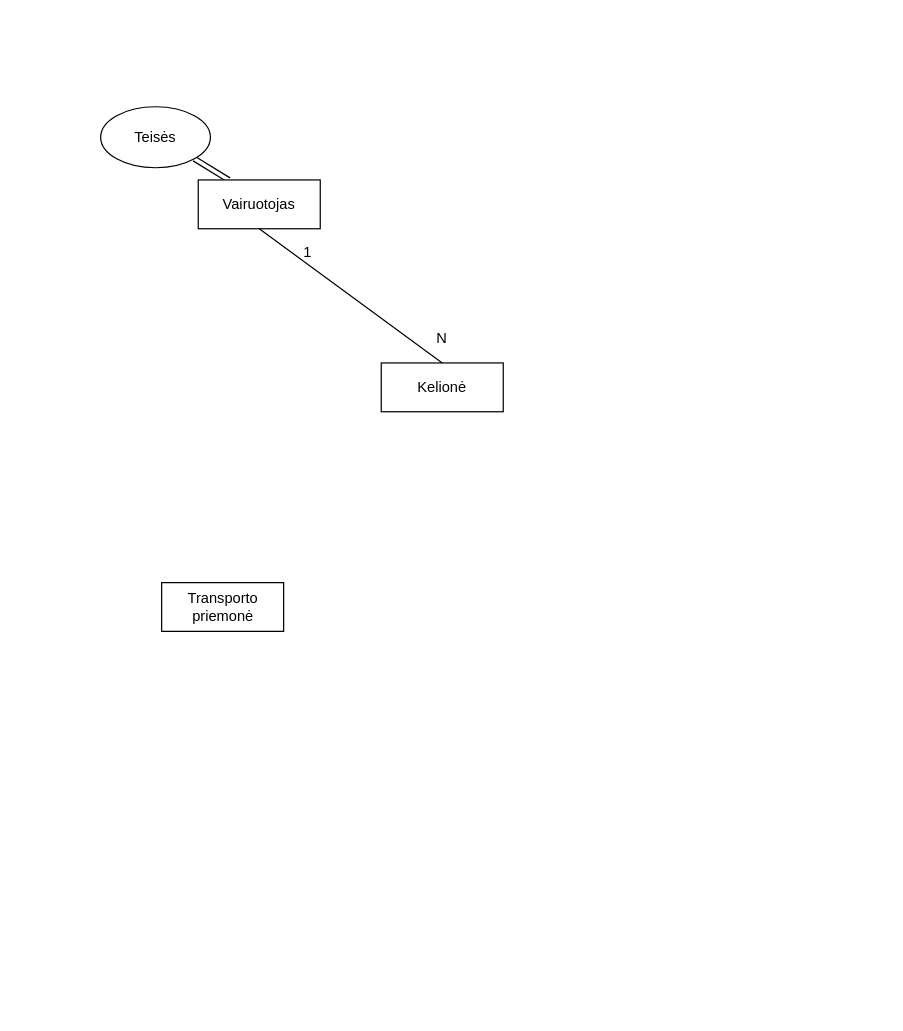
This is Untitled Diagram.drawio from domanteli0/DBVS, a draw.io file, before an edit. Source tidied: cells renumbered, new cells numbered last; positions are measured from the earlier drawing's top-left corner, leaving out a move shared by most shapes. Both pictures are drawn from the tidied source at 122%, with x=0, y=0 at pixel (100, 106).
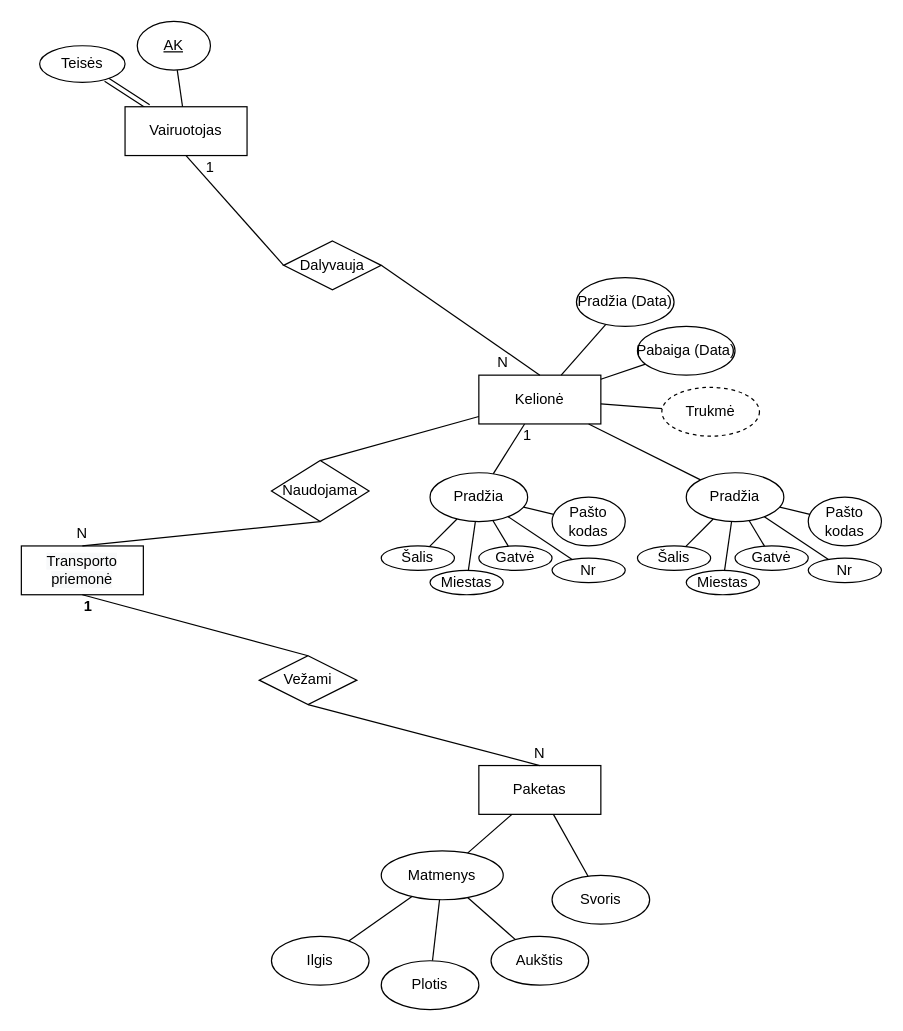
The same page after the edit.

Change to the diagram source:
```diff
@@
-    <mxCell id="2" style="shape=link;rounded=0;jettySize=auto;html=1;exitX=0.25;exitY=0;exitDx=0;exitDy=0;entryX=1;entryY=1;entryDx=0;entryDy=0;" parent="1" edge="1" source="3" target="4">
+    <mxCell id="2" style="shape=link;rounded=0;jettySize=auto;html=1;verticalAlign=middle;fontSize=4;strokeWidth=1;" parent="1" edge="1" source="3" target="4">
       <mxGeometry relative="1" as="geometry" />
     </mxCell>
     <mxCell id="3" value="Vairuotojas" style="rounded=0;whiteSpace=wrap;html=1;" parent="1" vertex="1">
-      <mxGeometry x="80" y="60" width="100" height="40" as="geometry" />
+      <mxGeometry x="20" width="100" height="40" as="geometry" />
     </mxCell>
     <mxCell id="4" value="Teisės" style="ellipse;whiteSpace=wrap;html=1;" parent="1" vertex="1">
-      <mxGeometry width="90" height="50" as="geometry" />
+      <mxGeometry x="-50" y="-50" width="70" height="30" as="geometry" />
     </mxCell>
     <mxCell id="5" value="Kelionė&lt;br&gt;" style="rounded=0;whiteSpace=wrap;html=1;" parent="1" vertex="1">
-      <mxGeometry x="230" y="210" width="100" height="40" as="geometry" />
+      <mxGeometry x="310" y="220" width="100" height="40" as="geometry" />
     </mxCell>
-    <mxCell id="6" style="endArrow=none;html=1;rounded=0;exitX=0.5;exitY=1;exitDx=0;exitDy=0;entryX=0.5;entryY=0;entryDx=0;entryDy=0;" parent="1" edge="1" source="3" target="5">
-      <mxGeometry relative="1" as="geometry" />
-    </mxCell>
     <mxCell id="7" value="N" style="shape=partialRectangle;whiteSpace=wrap;html=1;top=0;bottom=0;fillColor=none;strokeColor=none;sketch=0;noLabel=0;" parent="1" vertex="1">
-      <mxGeometry x="270" y="180" width="20" height="20" as="geometry" />
+      <mxGeometry x="320" y="200" width="20" height="20" as="geometry" />
     </mxCell>
     <mxCell id="8" value="1" style="shape=partialRectangle;whiteSpace=wrap;html=1;top=0;bottom=0;fillColor=none;strokeColor=none;sketch=0;noLabel=0;" parent="1" vertex="1">
-      <mxGeometry x="160" y="110" width="20" height="20" as="geometry" />
+      <mxGeometry x="80" y="40" width="20" height="20" as="geometry" />
     </mxCell>
+    <mxCell id="10" style="endArrow=none;html=1;rounded=0;exitX=0.5;exitY=0;exitDx=0;exitDy=0;startArrow=none;" parent="1" edge="1" source="20" target="5">
+      <mxGeometry relative="1" as="geometry" />
+    </mxCell>
-    <mxCell id="9" value="Transporto&lt;br&gt;priemonė" style="verticalLabelPosition=middle;verticalAlign=middle;html=1;shape=mxgraph.basic.rect;fillColor2=none;strokeWidth=1;size=20;indent=5;sketch=0;labelPosition=center;align=center;" parent="1" vertex="1">
-      <mxGeometry x="50" y="390" width="100" height="40" as="geometry" />
+    <mxCell id="9" value="&lt;span style=&quot;caret-color: rgb(0, 0, 0); color: rgb(0, 0, 0); font-family: Helvetica; font-size: 12px; font-style: normal; font-variant-caps: normal; font-weight: 400; letter-spacing: normal; text-align: center; text-indent: 0px; text-transform: none; word-spacing: 0px; -webkit-text-stroke-width: 0px; background-color: rgb(248, 249, 250); text-decoration: none; float: none; display: inline !important;&quot;&gt;Transporto&lt;/span&gt;&lt;br style=&quot;caret-color: rgb(0, 0, 0); color: rgb(0, 0, 0); font-family: Helvetica; font-size: 12px; font-style: normal; font-variant-caps: normal; font-weight: 400; letter-spacing: normal; text-align: center; text-indent: 0px; text-transform: none; word-spacing: 0px; -webkit-text-stroke-width: 0px; text-decoration: none;&quot;&gt;&lt;span style=&quot;caret-color: rgb(0, 0, 0); color: rgb(0, 0, 0); font-family: Helvetica; font-size: 12px; font-style: normal; font-variant-caps: normal; font-weight: 400; letter-spacing: normal; text-align: center; text-indent: 0px; text-transform: none; word-spacing: 0px; -webkit-text-stroke-width: 0px; background-color: rgb(248, 249, 250); text-decoration: none; float: none; display: inline !important;&quot;&gt;priemonė&lt;/span&gt;" style="rounded=0;whiteSpace=wrap;html=1;" parent="1" vertex="1">
+      <mxGeometry x="-65" y="360" width="100" height="40" as="geometry" />
     </mxCell>
+    <mxCell id="11" value="Paketas" style="rounded=0;whiteSpace=wrap;html=1;" parent="1" vertex="1">
+      <mxGeometry x="310" y="540" width="100" height="40" as="geometry" />
+    </mxCell>
+    <mxCell id="12" style="endArrow=none;html=1;rounded=0;entryX=0.5;entryY=1;entryDx=0;entryDy=0;exitX=0.5;exitY=0;exitDx=0;exitDy=0;startArrow=none;" parent="1" edge="1" source="22" target="9">
+      <mxGeometry relative="1" as="geometry" />
+    </mxCell>
+    <mxCell id="13" value="N" style="shape=partialRectangle;whiteSpace=wrap;html=1;top=0;bottom=0;fillColor=none;strokeColor=none;sketch=0;noLabel=0;" parent="1" vertex="1">
+      <mxGeometry x="-25" y="340" width="20" height="20" as="geometry" />
+    </mxCell>
+    <mxCell id="14" value="1" style="shape=partialRectangle;whiteSpace=wrap;html=1;top=0;bottom=0;fillColor=none;strokeColor=none;sketch=0;noLabel=0;" parent="1" vertex="1">
+      <mxGeometry x="340" y="260" width="20" height="20" as="geometry" />
+    </mxCell>
+    <mxCell id="15" value="1" style="shape=partialRectangle;whiteSpace=wrap;html=1;top=0;bottom=0;fillColor=none;strokeColor=none;sketch=0;noLabel=0;fontStyle=1;" parent="1" vertex="1">
+      <mxGeometry x="-20" y="400" width="20" height="20" as="geometry" />
+    </mxCell>
+    <mxCell id="16" value="N" style="shape=partialRectangle;whiteSpace=wrap;html=1;top=0;bottom=0;fillColor=none;strokeColor=none;sketch=0;noLabel=0;" parent="1" vertex="1">
+      <mxGeometry x="350" y="520" width="20" height="20" as="geometry" />
+    </mxCell>
+    <mxCell id="17" style="edgeStyle=none;rounded=0;jettySize=auto;html=1;strokeWidth=1;fontFamily=Helvetica;fontSize=4;endArrow=none;endFill=0;entryX=0.5;entryY=1;entryDx=0;entryDy=0;exitX=0;exitY=0.5;exitDx=0;exitDy=0;" parent="1" edge="1" source="18" target="3">
+      <mxGeometry relative="1" as="geometry" />
+    </mxCell>
+    <mxCell id="18" value="&lt;font style=&quot;font-size: 12px;&quot;&gt;Dalyvauja&lt;br&gt;&lt;/font&gt;" style="rhombus;whiteSpace=wrap;html=1;sketch=0;fontFamily=Helvetica;fontSize=4;" parent="1" vertex="1">
+      <mxGeometry x="150" y="110" width="80" height="40" as="geometry" />
+    </mxCell>
+    <mxCell id="19" style="edgeStyle=none;rounded=0;jettySize=auto;html=1;strokeWidth=1;fontFamily=Helvetica;fontSize=4;endArrow=none;endFill=0;entryX=1;entryY=0.5;entryDx=0;entryDy=0;exitX=0.5;exitY=0;exitDx=0;exitDy=0;" parent="1" edge="1" source="5" target="18">
+      <mxGeometry relative="1" as="geometry" />
+    </mxCell>
+    <mxCell id="20" value="Naudojama" style="rhombus;whiteSpace=wrap;html=1;sketch=0;fontFamily=Helvetica;fontSize=12;" parent="1" vertex="1">
+      <mxGeometry x="140" y="290" width="80" height="50" as="geometry" />
+    </mxCell>
+    <mxCell id="21" style="endArrow=none;html=1;rounded=0;entryX=0.5;entryY=1;entryDx=0;entryDy=0;exitX=0.5;exitY=0;exitDx=0;exitDy=0;" parent="1" edge="1" source="9" target="20">
+      <mxGeometry relative="1" as="geometry" />
+    </mxCell>
+    <mxCell id="22" value="Vežami" style="rhombus;whiteSpace=wrap;html=1;sketch=0;fontFamily=Helvetica;fontSize=12;" parent="1" vertex="1">
+      <mxGeometry x="130" y="450" width="80" height="40" as="geometry" />
+    </mxCell>
+    <mxCell id="23" style="endArrow=none;html=1;rounded=0;entryX=0.5;entryY=1;entryDx=0;entryDy=0;exitX=0.5;exitY=0;exitDx=0;exitDy=0;" parent="1" edge="1" source="11" target="22">
+      <mxGeometry relative="1" as="geometry" />
+    </mxCell>
+    <mxCell id="24" style="edgeStyle=none;rounded=0;jettySize=auto;html=1;strokeWidth=1;fontFamily=Helvetica;fontSize=12;endArrow=none;endFill=0;" parent="1" edge="1" source="25" target="11">
+      <mxGeometry relative="1" as="geometry" />
+    </mxCell>
+    <mxCell id="25" value="Matmenys" style="ellipse;whiteSpace=wrap;html=1;sketch=0;fontFamily=Helvetica;fontSize=12;" parent="1" vertex="1">
+      <mxGeometry x="230" y="610" width="100" height="40" as="geometry" />
+    </mxCell>
+    <mxCell id="26" style="edgeStyle=none;rounded=0;jettySize=auto;html=1;strokeWidth=1;fontFamily=Helvetica;fontSize=12;endArrow=none;endFill=0;" parent="1" edge="1" source="27" target="25">
+      <mxGeometry relative="1" as="geometry" />
+    </mxCell>
+    <mxCell id="27" value="Ilgis" style="ellipse;whiteSpace=wrap;html=1;sketch=0;fontFamily=Helvetica;fontSize=12;" parent="1" vertex="1">
+      <mxGeometry x="140" y="680" width="80" height="40" as="geometry" />
+    </mxCell>
+    <mxCell id="28" style="edgeStyle=none;rounded=0;jettySize=auto;html=1;strokeWidth=1;fontFamily=Helvetica;fontSize=12;endArrow=none;endFill=0;" parent="1" edge="1" source="29" target="25">
+      <mxGeometry relative="1" as="geometry" />
+    </mxCell>
+    <mxCell id="29" value="Plotis" style="ellipse;whiteSpace=wrap;html=1;sketch=0;fontFamily=Helvetica;fontSize=12;" parent="1" vertex="1">
+      <mxGeometry x="230" y="700" width="80" height="40" as="geometry" />
+    </mxCell>
+    <mxCell id="30" style="edgeStyle=none;rounded=0;jettySize=auto;html=1;strokeWidth=1;fontFamily=Helvetica;fontSize=12;endArrow=none;endFill=0;" parent="1" edge="1" source="31" target="25">
+      <mxGeometry relative="1" as="geometry" />
+    </mxCell>
+    <mxCell id="31" value="Aukštis" style="ellipse;whiteSpace=wrap;html=1;sketch=0;fontFamily=Helvetica;fontSize=12;" parent="1" vertex="1">
+      <mxGeometry x="320" y="680" width="80" height="40" as="geometry" />
+    </mxCell>
+    <mxCell id="32" style="edgeStyle=none;rounded=0;jettySize=auto;html=1;strokeWidth=1;fontFamily=Helvetica;fontSize=12;endArrow=none;endFill=0;" parent="1" edge="1" source="33" target="11">
+      <mxGeometry relative="1" as="geometry" />
+    </mxCell>
+    <mxCell id="33" value="Svoris&lt;br&gt;" style="ellipse;whiteSpace=wrap;html=1;sketch=0;fontFamily=Helvetica;fontSize=12;" parent="1" vertex="1">
+      <mxGeometry x="370" y="630" width="80" height="40" as="geometry" />
+    </mxCell>
+    <mxCell id="34" style="edgeStyle=none;rounded=0;jettySize=auto;html=1;strokeWidth=1;fontFamily=Helvetica;fontSize=12;endArrow=none;endFill=0;" parent="1" edge="1" source="35" target="3">
+      <mxGeometry relative="1" as="geometry" />
+    </mxCell>
+    <mxCell id="35" value="&lt;u&gt;AK&lt;/u&gt;" style="ellipse;whiteSpace=wrap;html=1;sketch=0;fontFamily=Helvetica;fontSize=12;" parent="1" vertex="1">
+      <mxGeometry x="30" y="-70" width="60" height="40" as="geometry" />
+    </mxCell>
+    <mxCell id="36" style="edgeStyle=none;rounded=0;jettySize=auto;html=1;strokeWidth=1;fontFamily=Helvetica;fontSize=12;endArrow=none;endFill=0;" parent="1" edge="1" source="37" target="5">
+      <mxGeometry relative="1" as="geometry" />
+    </mxCell>
+    <mxCell id="37" value="Pradžia (Data)" style="ellipse;whiteSpace=wrap;html=1;sketch=0;fontFamily=Helvetica;fontSize=12;" parent="1" vertex="1">
+      <mxGeometry x="390" y="140" width="80" height="40" as="geometry" />
+    </mxCell>
+    <mxCell id="38" style="edgeStyle=none;rounded=0;jettySize=auto;html=1;strokeWidth=1;fontFamily=Helvetica;fontSize=12;endArrow=none;endFill=0;" parent="1" edge="1" source="39" target="5">
+      <mxGeometry relative="1" as="geometry" />
+    </mxCell>
+    <mxCell id="39" value="Pabaiga&amp;nbsp;(Data)" style="ellipse;whiteSpace=wrap;html=1;sketch=0;fontFamily=Helvetica;fontSize=12;" parent="1" vertex="1">
+      <mxGeometry x="440" y="180" width="80" height="40" as="geometry" />
+    </mxCell>
+    <mxCell id="40" style="edgeStyle=none;rounded=0;jettySize=auto;html=1;strokeWidth=1;fontFamily=Helvetica;fontSize=12;endArrow=none;endFill=0;" parent="1" edge="1" source="41" target="5">
+      <mxGeometry relative="1" as="geometry" />
+    </mxCell>
+    <mxCell id="41" value="Trukmė" style="ellipse;whiteSpace=wrap;html=1;sketch=0;fontFamily=Helvetica;fontSize=12;dashed=1;" parent="1" vertex="1">
+      <mxGeometry x="460" y="230" width="80" height="40" as="geometry" />
+    </mxCell>
+    <mxCell id="42" style="edgeStyle=none;rounded=0;jettySize=auto;html=1;strokeWidth=1;fontFamily=Helvetica;fontSize=12;endArrow=none;endFill=0;" parent="1" edge="1" source="43" target="5">
+      <mxGeometry relative="1" as="geometry" />
+    </mxCell>
+    <mxCell id="43" value="Pradžia" style="ellipse;whiteSpace=wrap;html=1;sketch=0;fontFamily=Helvetica;fontSize=12;" parent="1" vertex="1">
+      <mxGeometry x="480" y="300" width="80" height="40" as="geometry" />
+    </mxCell>
+    <mxCell id="44" style="edgeStyle=none;rounded=0;jettySize=auto;html=1;strokeWidth=1;fontFamily=Helvetica;fontSize=12;endArrow=none;endFill=0;" parent="1" edge="1" source="45" target="43">
+      <mxGeometry relative="1" as="geometry" />
+    </mxCell>
+    <mxCell id="45" value="Šalis" style="ellipse;whiteSpace=wrap;html=1;sketch=0;fontFamily=Helvetica;fontSize=12;" parent="1" vertex="1">
+      <mxGeometry x="440" y="360" width="60" height="20" as="geometry" />
+    </mxCell>
+    <mxCell id="46" style="edgeStyle=none;rounded=0;jettySize=auto;html=1;strokeWidth=1;fontFamily=Helvetica;fontSize=12;endArrow=none;endFill=0;" parent="1" edge="1" source="47" target="43">
+      <mxGeometry relative="1" as="geometry" />
+    </mxCell>
+    <mxCell id="47" value="Miestas" style="ellipse;whiteSpace=wrap;html=1;sketch=0;fontFamily=Helvetica;fontSize=12;" parent="1" vertex="1">
+      <mxGeometry x="480" y="380" width="60" height="20" as="geometry" />
+    </mxCell>
+    <mxCell id="48" style="edgeStyle=none;rounded=0;jettySize=auto;html=1;strokeWidth=1;fontFamily=Helvetica;fontSize=12;endArrow=none;endFill=0;" parent="1" edge="1" source="49" target="43">
+      <mxGeometry relative="1" as="geometry" />
+    </mxCell>
+    <mxCell id="49" value="Gatvė" style="ellipse;whiteSpace=wrap;html=1;sketch=0;fontFamily=Helvetica;fontSize=12;" parent="1" vertex="1">
+      <mxGeometry x="520" y="360" width="60" height="20" as="geometry" />
+    </mxCell>
+    <mxCell id="50" style="edgeStyle=none;rounded=0;jettySize=auto;html=1;strokeWidth=1;fontFamily=Helvetica;fontSize=12;endArrow=none;endFill=0;" parent="1" edge="1" source="51" target="43">
+      <mxGeometry relative="1" as="geometry" />
+    </mxCell>
+    <mxCell id="51" value="Pašto kodas" style="ellipse;whiteSpace=wrap;html=1;sketch=0;fontFamily=Helvetica;fontSize=12;" parent="1" vertex="1">
+      <mxGeometry x="580" y="320" width="60" height="40" as="geometry" />
+    </mxCell>
+    <mxCell id="52" style="edgeStyle=none;rounded=0;jettySize=auto;html=1;strokeWidth=1;fontFamily=Helvetica;fontSize=12;endArrow=none;endFill=0;" parent="1" edge="1" source="53" target="43">
+      <mxGeometry relative="1" as="geometry" />
+    </mxCell>
+    <mxCell id="53" value="Nr" style="ellipse;whiteSpace=wrap;html=1;sketch=0;fontFamily=Helvetica;fontSize=12;" parent="1" vertex="1">
+      <mxGeometry x="580" y="370" width="60" height="20" as="geometry" />
+    </mxCell>
+    <mxCell id="54" style="edgeStyle=none;rounded=0;jettySize=auto;html=1;strokeWidth=1;fontFamily=Helvetica;fontSize=12;endArrow=none;endFill=0;" parent="1" edge="1" source="55" target="5">
+      <mxGeometry relative="1" as="geometry" />
+    </mxCell>
+    <mxCell id="55" value="Pradžia" style="ellipse;whiteSpace=wrap;html=1;sketch=0;fontFamily=Helvetica;fontSize=12;" parent="1" vertex="1">
+      <mxGeometry x="270" y="300" width="80" height="40" as="geometry" />
+    </mxCell>
+    <mxCell id="56" style="edgeStyle=none;rounded=0;jettySize=auto;html=1;strokeWidth=1;fontFamily=Helvetica;fontSize=12;endArrow=none;endFill=0;" parent="1" edge="1" source="57" target="55">
+      <mxGeometry relative="1" as="geometry" />
+    </mxCell>
+    <mxCell id="57" value="Šalis" style="ellipse;whiteSpace=wrap;html=1;sketch=0;fontFamily=Helvetica;fontSize=12;" parent="1" vertex="1">
+      <mxGeometry x="230" y="360" width="60" height="20" as="geometry" />
+    </mxCell>
+    <mxCell id="58" style="edgeStyle=none;rounded=0;jettySize=auto;html=1;strokeWidth=1;fontFamily=Helvetica;fontSize=12;endArrow=none;endFill=0;" parent="1" edge="1" source="59" target="55">
+      <mxGeometry relative="1" as="geometry" />
+    </mxCell>
+    <mxCell id="59" value="Miestas" style="ellipse;whiteSpace=wrap;html=1;sketch=0;fontFamily=Helvetica;fontSize=12;" parent="1" vertex="1">
+      <mxGeometry x="270" y="380" width="60" height="20" as="geometry" />
+    </mxCell>
+    <mxCell id="60" style="edgeStyle=none;rounded=0;jettySize=auto;html=1;strokeWidth=1;fontFamily=Helvetica;fontSize=12;endArrow=none;endFill=0;" parent="1" edge="1" source="61" target="55">
+      <mxGeometry relative="1" as="geometry" />
+    </mxCell>
+    <mxCell id="61" value="Gatvė" style="ellipse;whiteSpace=wrap;html=1;sketch=0;fontFamily=Helvetica;fontSize=12;" parent="1" vertex="1">
+      <mxGeometry x="310" y="360" width="60" height="20" as="geometry" />
+    </mxCell>
+    <mxCell id="62" style="edgeStyle=none;rounded=0;jettySize=auto;html=1;strokeWidth=1;fontFamily=Helvetica;fontSize=12;endArrow=none;endFill=0;" parent="1" edge="1" source="63" target="55">
+      <mxGeometry relative="1" as="geometry" />
+    </mxCell>
+    <mxCell id="63" value="Pašto kodas" style="ellipse;whiteSpace=wrap;html=1;sketch=0;fontFamily=Helvetica;fontSize=12;" parent="1" vertex="1">
+      <mxGeometry x="370" y="320" width="60" height="40" as="geometry" />
+    </mxCell>
+    <mxCell id="64" style="edgeStyle=none;rounded=0;jettySize=auto;html=1;strokeWidth=1;fontFamily=Helvetica;fontSize=12;endArrow=none;endFill=0;" parent="1" edge="1" source="65" target="55">
+      <mxGeometry relative="1" as="geometry" />
+    </mxCell>
+    <mxCell id="65" value="Nr" style="ellipse;whiteSpace=wrap;html=1;sketch=0;fontFamily=Helvetica;fontSize=12;" parent="1" vertex="1">
+      <mxGeometry x="370" y="370" width="60" height="20" as="geometry" />
+    </mxCell>
```
